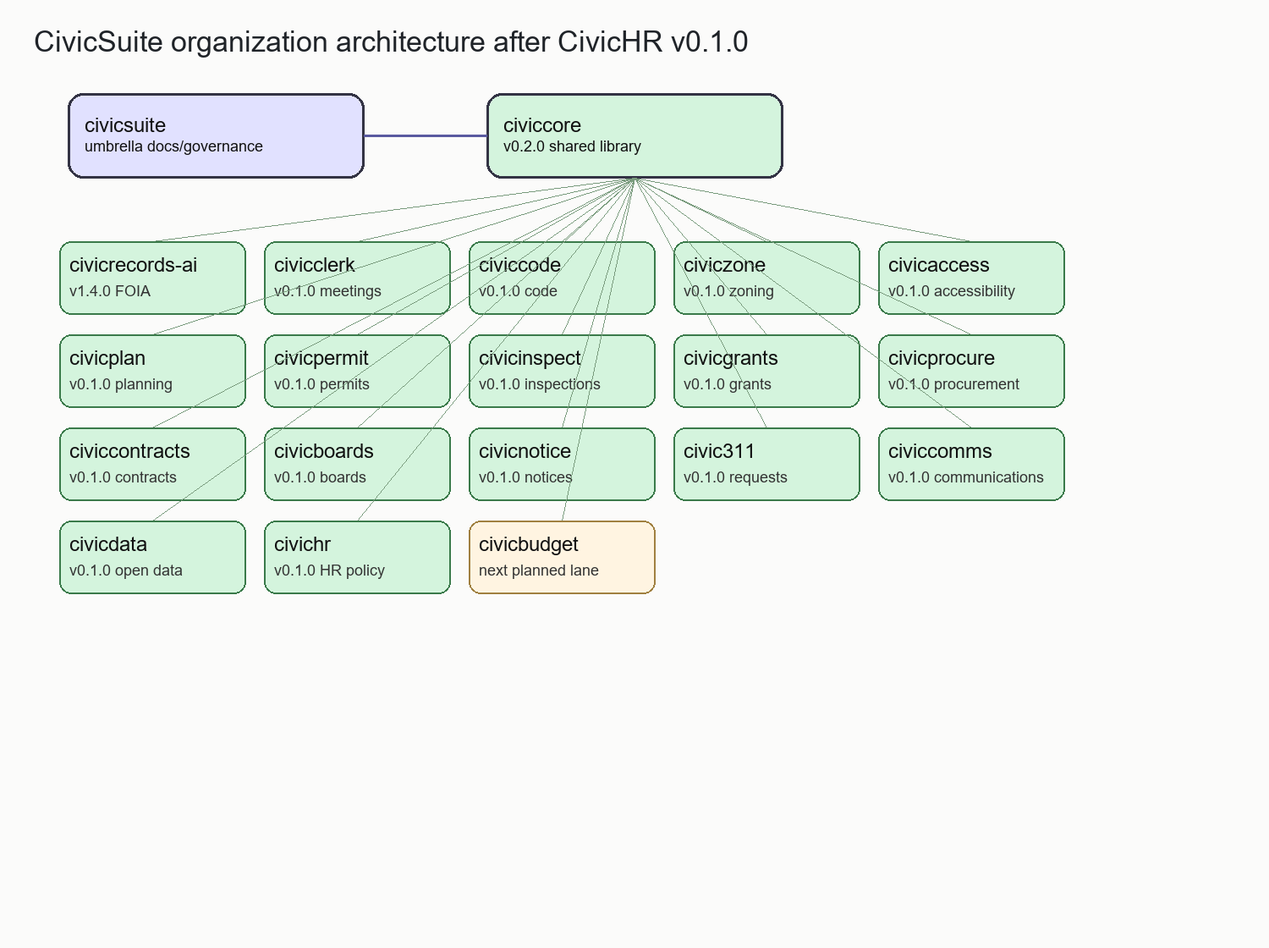
This is docs/diagrams/suite-architecture.png from CivicSuite/civicsuite, a Mermaid export, as it was before one commit. Its source is kept beside it as docs/diagrams/suite-architecture.mmd.
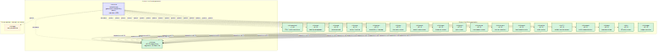
The same diagram one commit later.

The edit, as a diff of the source:
```diff
@@ -21,9 +21,10 @@
         Comms["civiccomms<br/>v0.1.0<br/>public communications"]
         Data["civicdata<br/>v0.1.0<br/>open data bridge"]
         HR["civichr<br/>v0.1.0<br/>HR policy support"]
+        Budget["civicbudget<br/>v0.1.0<br/>budget narratives"]
     end
     subgraph FUTURE["Future modules - planned, not started"]
-        Budget["civicbudget<br/>next planned lane"]
+        Legal["civiclegal<br/>next planned lane"]
     end
     SuiteRepo -.documents.-> Core
     SuiteRepo -.documents.-> Records
@@ -44,6 +45,7 @@
     SuiteRepo -.governs.-> Data
     SuiteRepo -.governs.-> HR
     SuiteRepo -.governs.-> Budget
+    SuiteRepo -.governs.-> Legal
     Records -->|"depends on ==0.2.0"| Core
     Clerk -->|"depends on ==0.2.0"| Core
     Code -->|"depends on ==0.2.0"| Core
@@ -61,6 +63,7 @@
     Comms -->|"depends on ==0.2.0"| Core
     Data -->|"depends on ==0.2.0"| Core
     HR -->|"depends on ==0.2.0"| Core
+    Budget -->|"depends on ==0.2.0"| Core
     classDef shipping fill:#d4f4dd,stroke:#3a7a4a,stroke-width:2px,color:#000
     classDef governance fill:#e1e1ff,stroke:#5a5aa0,stroke-width:2px,color:#000
     classDef future fill:#fff4e1,stroke:#a08040,stroke-width:1px,stroke-dasharray:5 5,color:#000
@@ -84,4 +87,5 @@
     class Comms shipping
     class Data shipping
     class HR shipping
-    class Budget future
+    class Budget shipping
+    class Legal future
```
